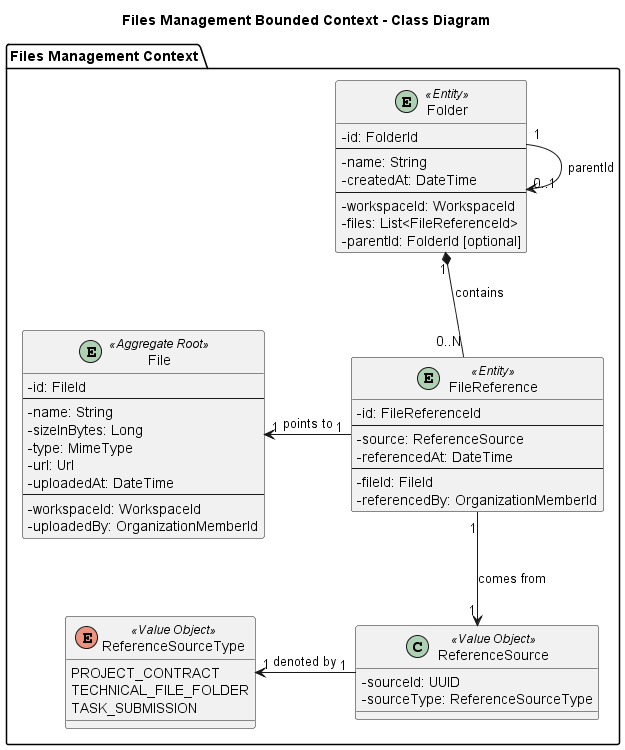
GalaxiaWonder-OpenSource/ProjectReport keeps this PlantUML diagram as img/chapter4/oop/files.png. Above is the earlier version.
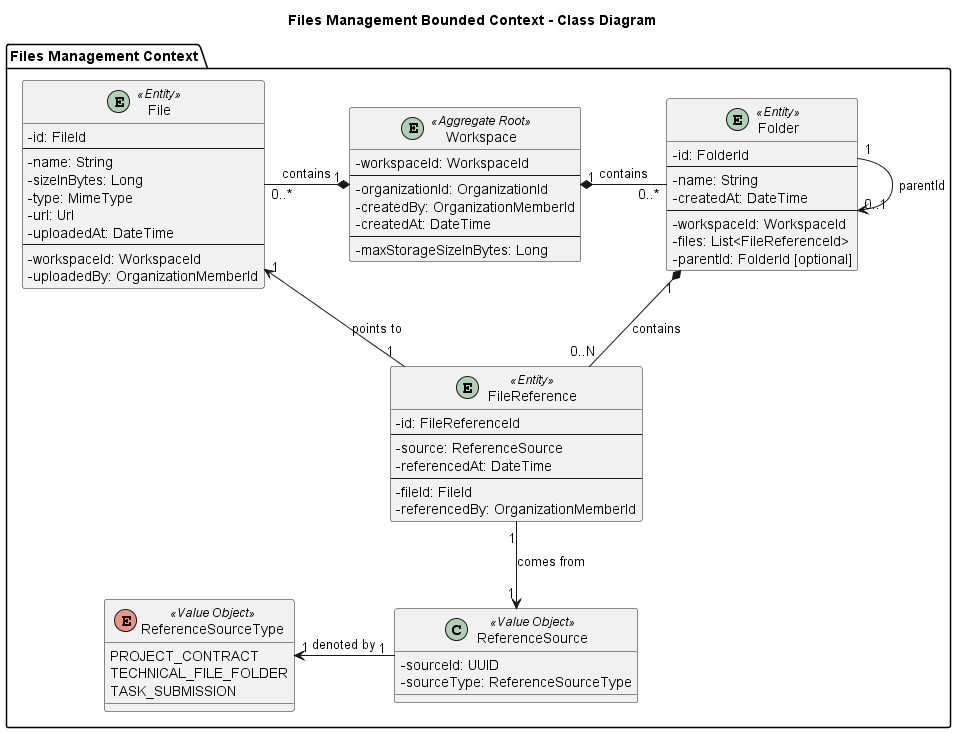
After the commit.

The edit, as a diff of the source:
```diff
@@ -7,7 +7,17 @@
 
 package "Files Management Context" {
 
-    entity File <<Aggregate Root>> {
+    entity Workspace <<Aggregate Root>>{
+        - workspaceId: WorkspaceId
+        --
+        - organizationId: OrganizationId
+        - createdBy: OrganizationMemberId
+        - createdAt: DateTime
+        --
+        - maxStorageSizeInBytes: Long
+    }
+
+    entity File <<Entity>> {
         - id: FileId
         --
         - name: String
@@ -52,6 +62,8 @@
         - sourceType: ReferenceSourceType
     }
 
+    Workspace "1" *-left- "0..*" File : contains
+    Workspace "1" *-right- "0..*" Folder : contains
     Folder "1" --> "0..1" Folder : parentId
     Folder "1" *-- "0..N" FileReference: contains
 
```
